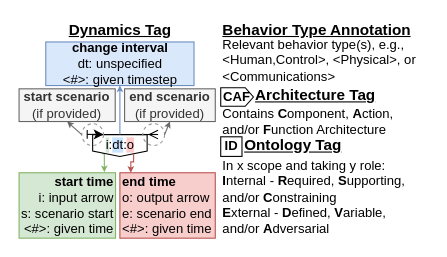
Earlier version of the draw.io diagram docs-source/figures/frdl/primitives/block_annotations.drawio (nasa/fmdtools). Source tidied: cells renumbered, new cells numbered last; positions are measured from the earlier drawing's top-left corner, leaving out a move shared by most shapes. Both pictures are drawn from the tidied source at 109%, with x=0, y=0 at pixel (19, 19).
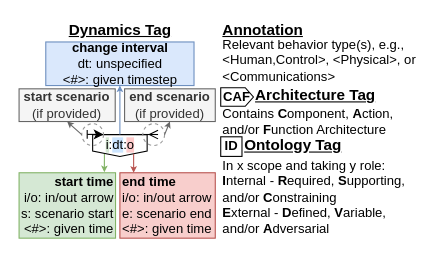
Above is the later version.

The change refers to these unchanged cells:
```xml
<mxCell id="3" value="&lt;span style=&quot;background-color: rgb(213, 232, 212);&quot;&gt;i&lt;/span&gt;:&lt;span style=&quot;background-color: rgb(204, 229, 255);&quot;&gt;dt&lt;/span&gt;:&lt;span style=&quot;background-color: rgb(255, 204, 204);&quot;&gt;o&lt;/span&gt;" style="shape=offPageConnector;whiteSpace=wrap;html=1;size=0.25;" parent="1" vertex="1">
  <mxGeometry x="67.5" y="106" width="50" height="20" as="geometry" />
</mxCell>
```

Change to the diagram source:
```diff
@@
-    <mxCell id="2" style="edgeStyle=orthogonalEdgeStyle;rounded=0;jettySize=auto;html=1;exitX=0.174;exitY=0.88;exitDx=0;exitDy=0;fillColor=#d5e8d4;strokeColor=#82b366;entryX=0.884;entryY=-0.009;entryDx=0;entryDy=0;entryPerimeter=0;exitPerimeter=0;endSize=3;" parent="1" edge="1" source="3" target="4">
+    <mxCell id="2" style="edgeStyle=orthogonalEdgeStyle;rounded=0;jettySize=auto;html=1;exitX=0.216;exitY=0.865;exitDx=0;exitDy=0;fillColor=#d5e8d4;strokeColor=#82b366;entryX=0.884;entryY=-0.009;entryDx=0;entryDy=0;entryPerimeter=0;exitPerimeter=0;endSize=3;" parent="1" edge="1" source="3" target="4">
       <mxGeometry relative="1" as="geometry" />
     </mxCell>
@@
-    <mxCell id="4" value="&lt;b&gt;start time&lt;br&gt;&lt;/b&gt;i: input arrow&lt;br&gt;s: scenario start&lt;br&gt;&amp;lt;#&amp;gt;: given time" style="rounded=0;whiteSpace=wrap;html=1;fillColor=#d5e8d4;strokeColor=#82b366;align=right;" parent="1" vertex="1">
+    <mxCell id="4" value="&lt;b&gt;start time&lt;br&gt;&lt;/b&gt;i/o: in/out arrow&lt;br&gt;s: scenario start&lt;br&gt;&amp;lt;#&amp;gt;: given time" style="rounded=0;whiteSpace=wrap;html=1;fillColor=#d5e8d4;strokeColor=#82b366;align=right;" parent="1" vertex="1">
       <mxGeometry y="141" width="88.5" height="60" as="geometry" />
     </mxCell>
@@
-    <mxCell id="7" value="&lt;b&gt;end time&lt;br&gt;&lt;/b&gt;o: output arrow&lt;br&gt;e: scenario end&lt;br&gt;&amp;lt;#&amp;gt;: given time" style="rounded=0;whiteSpace=wrap;html=1;fillColor=#f8cecc;strokeColor=#b85450;align=left;" parent="1" vertex="1">
+    <mxCell id="7" value="&lt;b&gt;end time&lt;br&gt;&lt;/b&gt;i/o: in/out arrow&lt;br&gt;e: scenario end&lt;br&gt;&amp;lt;#&amp;gt;: given time" style="rounded=0;whiteSpace=wrap;html=1;fillColor=#f8cecc;strokeColor=#b85450;align=left;" parent="1" vertex="1">
       <mxGeometry x="92.5" y="141" width="87.5" height="60" as="geometry" />
     </mxCell>
-    <mxCell id="8" style="edgeStyle=orthogonalEdgeStyle;rounded=0;jettySize=auto;html=1;exitX=0.752;exitY=0.876;exitDx=0;exitDy=0;fillColor=#f8cecc;strokeColor=#b85450;exitPerimeter=0;endSize=3;entryX=0.114;entryY=0;entryDx=0;entryDy=0;entryPerimeter=0;" parent="1" edge="1" source="3" target="7">
-      <mxGeometry relative="1" as="geometry">
-        <Array as="points">
-          <mxPoint x="105.5" y="131" />
-        </Array>
-      </mxGeometry>
+    <mxCell id="8" style="edgeStyle=orthogonalEdgeStyle;rounded=0;jettySize=auto;html=1;exitX=0.752;exitY=0.876;exitDx=0;exitDy=0;fillColor=#f8cecc;strokeColor=#b85450;exitPerimeter=0;endSize=3;entryX=0.144;entryY=0;entryDx=0;entryDy=0;entryPerimeter=0;" parent="1" edge="1" source="3" target="7">
+      <mxGeometry relative="1" as="geometry" />
     </mxCell>
@@
-    <mxCell id="24" value="&lt;b style=&quot;font-size: 14px;&quot;&gt;Behavior Type Annotation&lt;/b&gt;" style="text;html=1;strokeColor=none;fillColor=none;align=left;verticalAlign=middle;whiteSpace=wrap;rounded=0;fontSize=14;fontStyle=4;" parent="1" vertex="1">
+    <mxCell id="24" value="&lt;b style=&quot;font-size: 14px;&quot;&gt;Annotation&lt;/b&gt;" style="text;html=1;strokeColor=none;fillColor=none;align=left;verticalAlign=middle;whiteSpace=wrap;rounded=0;fontSize=14;fontStyle=4;" parent="1" vertex="1">
       <mxGeometry x="185" width="190" height="20" as="geometry" />
     </mxCell>
```
